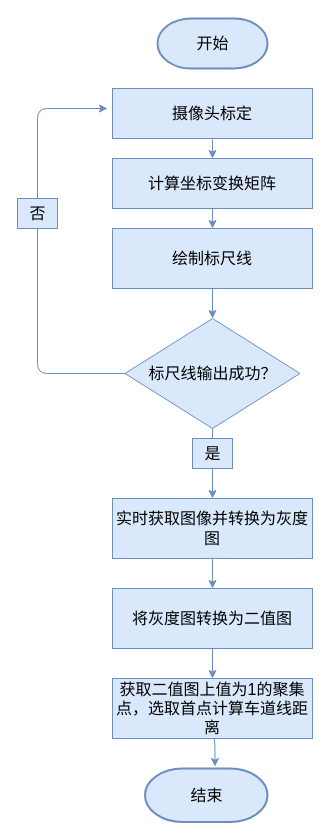
Earlier version of the draw.io diagram 未命名绘图.drawio (huanyu1991/Angular-Learn). Source tidied: cells renumbered, new cells numbered last; positions are measured from the earlier drawing's top-left corner, leaving out a move shared by most shapes. Both pictures are drawn from the tidied source at 100%, with x=0, y=0 at pixel (17, 18).
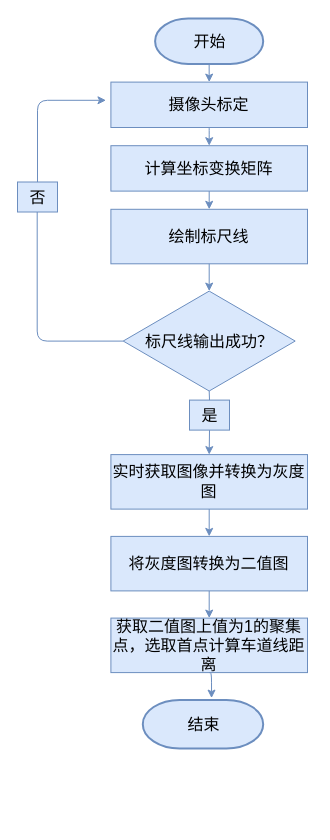
The same page after the edit.

Change to the diagram source:
```diff
@@
+    <mxCell id="23" style="group;" parent="1" vertex="1">
+      <mxGeometry width="290" height="730" as="geometry" />
+    </mxCell>
-    <mxCell id="2" value="&lt;font style=&quot;font-size: 16px;&quot;&gt;开始&lt;/font&gt;" style="shape=mxgraph.flowchart.terminator;strokeWidth=2;gradientDirection=north;fontStyle=0;html=1;fillColor=#dae8fc;strokeColor=#6c8ebf;" parent="1" vertex="1">
-      <mxGeometry x="140" width="110" height="50" as="geometry" />
+    <mxCell id="2" value="&lt;font style=&quot;font-size: 16px;&quot;&gt;开始&lt;/font&gt;" style="shape=mxgraph.flowchart.terminator;strokeWidth=2;gradientDirection=north;fontStyle=0;html=1;fillColor=#dae8fc;strokeColor=#6c8ebf;" parent="23" vertex="1">
+      <mxGeometry x="137.6" width="108.1" height="45.4" as="geometry" />
     </mxCell>
-    <mxCell id="3" value="摄像头标定" style="rounded=0;whiteSpace=wrap;html=1;fontSize=16;fillColor=#dae8fc;strokeColor=#6c8ebf;" parent="1" vertex="1">
-      <mxGeometry x="95" y="70" width="200" height="50" as="geometry" />
+    <mxCell id="3" value="摄像头标定" style="rounded=0;whiteSpace=wrap;html=1;fontSize=16;fillColor=#dae8fc;strokeColor=#6c8ebf;" parent="23" vertex="1">
+      <mxGeometry x="93.4" y="63.6" width="196.6" height="45.4" as="geometry" />
     </mxCell>
+    <mxCell id="24" style="edgeStyle=orthogonalEdgeStyle;jettySize=auto;html=1;exitX=0.5;exitY=1;exitDx=0;exitDy=0;exitPerimeter=0;entryX=0.5;entryY=0;entryDx=0;entryDy=0;strokeWidth=1;fontSize=16;fillColor=#dae8fc;strokeColor=#6c8ebf;" parent="23" edge="1" source="2" target="3">
+      <mxGeometry relative="1" as="geometry" />
+    </mxCell>
+    <mxCell id="5" value="计算坐标变换矩阵" style="rounded=0;whiteSpace=wrap;html=1;fontSize=16;fillColor=#dae8fc;strokeColor=#6c8ebf;" parent="23" vertex="1">
+      <mxGeometry x="93.4" y="127.2" width="196.6" height="45.4" as="geometry" />
+    </mxCell>
+    <mxCell id="7" value="绘制标尺线" style="rounded=0;whiteSpace=wrap;html=1;fontSize=16;fillColor=#dae8fc;strokeColor=#6c8ebf;" parent="23" vertex="1">
+      <mxGeometry x="93.4" y="190.8" width="196.6" height="54.5" as="geometry" />
+    </mxCell>
-    <mxCell id="4" style="edgeStyle=orthogonalEdgeStyle;jettySize=auto;html=1;exitX=0.5;exitY=1;exitDx=0;exitDy=0;entryX=0.5;entryY=0;entryDx=0;entryDy=0;strokeWidth=1;fontSize=16;fillColor=#dae8fc;strokeColor=#6c8ebf;" parent="1" edge="1" source="5" target="7">
+    <mxCell id="4" style="edgeStyle=orthogonalEdgeStyle;jettySize=auto;html=1;exitX=0.5;exitY=1;exitDx=0;exitDy=0;entryX=0.5;entryY=0;entryDx=0;entryDy=0;strokeWidth=1;fontSize=16;fillColor=#dae8fc;strokeColor=#6c8ebf;" parent="23" edge="1" source="5" target="7">
       <mxGeometry relative="1" as="geometry" />
     </mxCell>
-    <mxCell id="5" value="计算坐标变换矩阵" style="rounded=0;whiteSpace=wrap;html=1;fontSize=16;fillColor=#dae8fc;strokeColor=#6c8ebf;" parent="1" vertex="1">
-      <mxGeometry x="95" y="140" width="200" height="50" as="geometry" />
-    </mxCell>
-    <mxCell id="6" style="edgeStyle=orthogonalEdgeStyle;jettySize=auto;html=1;exitX=0.5;exitY=1;exitDx=0;exitDy=0;entryX=0.5;entryY=0;entryDx=0;entryDy=0;strokeWidth=1;fontSize=16;fillColor=#dae8fc;strokeColor=#6c8ebf;" parent="1" edge="1" source="7" target="17">
-      <mxGeometry relative="1" as="geometry" />
-    </mxCell>
-    <mxCell id="7" value="绘制标尺线" style="rounded=0;whiteSpace=wrap;html=1;fontSize=16;fillColor=#dae8fc;strokeColor=#6c8ebf;" parent="1" vertex="1">
-      <mxGeometry x="95" y="210" width="200" height="60" as="geometry" />
-    </mxCell>
+    <mxCell id="9" value="实时获取图像并转换为灰度图" style="rounded=0;whiteSpace=wrap;html=1;fontSize=16;fillColor=#dae8fc;strokeColor=#6c8ebf;" parent="23" vertex="1">
+      <mxGeometry x="93.4" y="436.1" width="196.6" height="54.5" as="geometry" />
+    </mxCell>
+    <mxCell id="11" value="将灰度图转换为二值图" style="rounded=0;whiteSpace=wrap;html=1;fontSize=16;fillColor=#dae8fc;strokeColor=#6c8ebf;" parent="23" vertex="1">
+      <mxGeometry x="93.4" y="517.9" width="196.6" height="54.5" as="geometry" />
+    </mxCell>
-    <mxCell id="8" style="edgeStyle=orthogonalEdgeStyle;jettySize=auto;html=1;exitX=0.5;exitY=1;exitDx=0;exitDy=0;entryX=0.5;entryY=0;entryDx=0;entryDy=0;strokeWidth=1;fontSize=16;fillColor=#dae8fc;strokeColor=#6c8ebf;" parent="1" edge="1" source="9" target="11">
+    <mxCell id="8" style="edgeStyle=orthogonalEdgeStyle;jettySize=auto;html=1;exitX=0.5;exitY=1;exitDx=0;exitDy=0;entryX=0.5;entryY=0;entryDx=0;entryDy=0;strokeWidth=1;fontSize=16;fillColor=#dae8fc;strokeColor=#6c8ebf;" parent="23" edge="1" source="9" target="11">
       <mxGeometry relative="1" as="geometry" />
     </mxCell>
-    <mxCell id="9" value="实时获取图像并转换为灰度图" style="rounded=0;whiteSpace=wrap;html=1;fontSize=16;fillColor=#dae8fc;strokeColor=#6c8ebf;" parent="1" vertex="1">
-      <mxGeometry x="95" y="480" width="200" height="60" as="geometry" />
-    </mxCell>
+    <mxCell id="13" value="获取二值图上值为1的聚集点，选取首点计算车道线距离" style="rounded=0;whiteSpace=wrap;html=1;fontSize=16;fillColor=#dae8fc;strokeColor=#6c8ebf;" parent="23" vertex="1">
+      <mxGeometry x="93.4" y="599.6" width="196.6" height="54.5" as="geometry" />
+    </mxCell>
-    <mxCell id="10" style="edgeStyle=orthogonalEdgeStyle;jettySize=auto;html=1;exitX=0.5;exitY=1;exitDx=0;exitDy=0;entryX=0.5;entryY=0;entryDx=0;entryDy=0;strokeWidth=1;fontSize=16;fillColor=#dae8fc;strokeColor=#6c8ebf;" parent="1" edge="1" source="11" target="13">
+    <mxCell id="10" style="edgeStyle=orthogonalEdgeStyle;jettySize=auto;html=1;exitX=0.5;exitY=1;exitDx=0;exitDy=0;entryX=0.5;entryY=0;entryDx=0;entryDy=0;strokeWidth=1;fontSize=16;fillColor=#dae8fc;strokeColor=#6c8ebf;" parent="23" edge="1" source="11" target="13">
       <mxGeometry relative="1" as="geometry" />
     </mxCell>
-    <mxCell id="11" value="将灰度图转换为二值图" style="rounded=0;whiteSpace=wrap;html=1;fontSize=16;fillColor=#dae8fc;strokeColor=#6c8ebf;" parent="1" vertex="1">
-      <mxGeometry x="95" y="570" width="200" height="60" as="geometry" />
-    </mxCell>
+    <mxCell id="14" value="&lt;font style=&quot;font-size: 16px;&quot;&gt;结束&lt;/font&gt;" style="shape=mxgraph.flowchart.terminator;strokeWidth=2;gradientDirection=north;fontStyle=0;html=1;fillColor=#dae8fc;strokeColor=#6c8ebf;" parent="23" vertex="1">
+      <mxGeometry x="125.3" y="681.4" width="120.4" height="48.6" as="geometry" />
+    </mxCell>
-    <mxCell id="12" style="edgeStyle=orthogonalEdgeStyle;jettySize=auto;html=1;exitX=0.5;exitY=1;exitDx=0;exitDy=0;entryX=0.571;entryY=-0.037;entryDx=0;entryDy=0;entryPerimeter=0;strokeWidth=1;fontSize=16;fillColor=#dae8fc;strokeColor=#6c8ebf;" parent="1" edge="1" source="13" target="14">
+    <mxCell id="12" style="edgeStyle=orthogonalEdgeStyle;jettySize=auto;html=1;exitX=0.5;exitY=1;exitDx=0;exitDy=0;entryX=0.571;entryY=-0.037;entryDx=0;entryDy=0;entryPerimeter=0;strokeWidth=1;fontSize=16;fillColor=#dae8fc;strokeColor=#6c8ebf;" parent="23" edge="1" source="13" target="14">
       <mxGeometry relative="1" as="geometry" />
     </mxCell>
-    <mxCell id="13" value="获取二值图上值为1的聚集点，选取首点计算车道线距离" style="rounded=0;whiteSpace=wrap;html=1;fontSize=16;fillColor=#dae8fc;strokeColor=#6c8ebf;" parent="1" vertex="1">
-      <mxGeometry x="95" y="660" width="200" height="60" as="geometry" />
-    </mxCell>
-    <mxCell id="14" value="&lt;font style=&quot;font-size: 16px;&quot;&gt;结束&lt;/font&gt;" style="shape=mxgraph.flowchart.terminator;strokeWidth=2;gradientDirection=north;fontStyle=0;html=1;fillColor=#dae8fc;strokeColor=#6c8ebf;" parent="1" vertex="1">
-      <mxGeometry x="127.5" y="750" width="122.5" height="53.5" as="geometry" />
-    </mxCell>
-    <mxCell id="15" style="edgeStyle=orthogonalEdgeStyle;jettySize=auto;html=1;fontSize=16;fontStyle=1;strokeWidth=1;startArrow=none;fillColor=#dae8fc;strokeColor=#6c8ebf;" parent="1" edge="1" source="19">
+    <mxCell id="15" style="edgeStyle=orthogonalEdgeStyle;jettySize=auto;html=1;fontSize=16;fontStyle=1;strokeWidth=1;startArrow=none;fillColor=#dae8fc;strokeColor=#6c8ebf;" parent="23" edge="1" source="19">
       <mxGeometry relative="1" as="geometry">
-        <mxPoint x="90" y="90" as="targetPoint" />
+        <mxPoint x="88.5" y="81.8" as="targetPoint" />
         <Array as="points">
-          <mxPoint x="20" y="90" />
+          <mxPoint x="19.7" y="81.8" />
         </Array>
       </mxGeometry>
     </mxCell>
-    <mxCell id="16" style="edgeStyle=orthogonalEdgeStyle;jettySize=auto;html=1;exitX=0.5;exitY=1;exitDx=0;exitDy=0;entryX=0.5;entryY=0;entryDx=0;entryDy=0;strokeWidth=1;fontSize=16;startArrow=none;fillColor=#dae8fc;strokeColor=#6c8ebf;" parent="1" edge="1" source="21" target="9">
+    <mxCell id="16" style="edgeStyle=orthogonalEdgeStyle;jettySize=auto;html=1;exitX=0.5;exitY=1;exitDx=0;exitDy=0;entryX=0.5;entryY=0;entryDx=0;entryDy=0;strokeWidth=1;fontSize=16;startArrow=none;fillColor=#dae8fc;strokeColor=#6c8ebf;" parent="23" edge="1" source="21" target="9">
       <mxGeometry relative="1" as="geometry" />
     </mxCell>
-    <mxCell id="17" value="标尺线输出成功？" style="rhombus;whiteSpace=wrap;html=1;fontSize=16;fillColor=#dae8fc;strokeColor=#6c8ebf;" parent="1" vertex="1">
-      <mxGeometry x="107.5" y="300" width="175" height="110" as="geometry" />
+    <mxCell id="17" value="标尺线输出成功？" style="rhombus;whiteSpace=wrap;html=1;fontSize=16;fillColor=#dae8fc;strokeColor=#6c8ebf;" parent="23" vertex="1">
+      <mxGeometry x="105.7" y="272.6" width="172" height="99.9" as="geometry" />
     </mxCell>
+    <mxCell id="6" style="edgeStyle=orthogonalEdgeStyle;jettySize=auto;html=1;exitX=0.5;exitY=1;exitDx=0;exitDy=0;entryX=0.5;entryY=0;entryDx=0;entryDy=0;strokeWidth=1;fontSize=16;fillColor=#dae8fc;strokeColor=#6c8ebf;" parent="23" edge="1" source="7" target="17">
+      <mxGeometry relative="1" as="geometry" />
+    </mxCell>
-    <mxCell id="18" style="endArrow=classic;html=1;fontSize=16;curved=1;exitX=0.5;exitY=1;exitDx=0;exitDy=0;fillColor=#dae8fc;strokeColor=#6c8ebf;" parent="1" edge="1" source="3" target="5">
+    <mxCell id="18" style="endArrow=classic;html=1;fontSize=16;curved=1;exitX=0.5;exitY=1;exitDx=0;exitDy=0;fillColor=#dae8fc;strokeColor=#6c8ebf;" parent="23" edge="1" source="3" target="5">
       <mxGeometry relative="1" as="geometry" />
     </mxCell>
-    <mxCell id="19" value="否" style="text;html=1;align=center;verticalAlign=middle;points=[];fillColor=#dae8fc;strokeColor=#6c8ebf;rounded=0;fontSize=16;" parent="1" vertex="1">
-      <mxGeometry y="180" width="40" height="30" as="geometry" />
+    <mxCell id="19" value="否" style="text;html=1;align=center;verticalAlign=middle;points=[];fillColor=#dae8fc;strokeColor=#6c8ebf;rounded=0;fontSize=16;" parent="23" vertex="1">
+      <mxGeometry y="163.5" width="40" height="30" as="geometry" />
     </mxCell>
-    <mxCell id="20" style="edgeStyle=orthogonalEdgeStyle;jettySize=auto;html=1;fontSize=16;fontStyle=1;strokeWidth=1;endArrow=none;fillColor=#dae8fc;strokeColor=#6c8ebf;" parent="1" edge="1" source="17" target="19">
+    <mxCell id="20" style="edgeStyle=orthogonalEdgeStyle;jettySize=auto;html=1;fontSize=16;fontStyle=1;strokeWidth=1;endArrow=none;fillColor=#dae8fc;strokeColor=#6c8ebf;" parent="23" edge="1" source="17" target="19">
       <mxGeometry relative="1" as="geometry">
         <Array as="points">
-          <mxPoint x="20" y="355" />
+          <mxPoint x="19.7" y="322.5" />
         </Array>
       </mxGeometry>
     </mxCell>
-    <mxCell id="21" value="是" style="text;html=1;align=center;verticalAlign=middle;points=[];fillColor=#dae8fc;strokeColor=#6c8ebf;rounded=0;fontSize=16;" parent="1" vertex="1">
-      <mxGeometry x="175" y="420" width="40" height="30" as="geometry" />
+    <mxCell id="21" value="是" style="text;html=1;align=center;verticalAlign=middle;points=[];fillColor=#dae8fc;strokeColor=#6c8ebf;rounded=0;fontSize=16;" parent="23" vertex="1">
+      <mxGeometry x="172" y="381.6" width="40" height="30" as="geometry" />
     </mxCell>
-    <mxCell id="22" style="edgeStyle=orthogonalEdgeStyle;jettySize=auto;html=1;exitX=0.5;exitY=1;exitDx=0;exitDy=0;entryX=0.5;entryY=0;entryDx=0;entryDy=0;strokeWidth=1;fontSize=16;endArrow=none;fillColor=#dae8fc;strokeColor=#6c8ebf;" parent="1" edge="1" source="17" target="21">
+    <mxCell id="22" style="edgeStyle=orthogonalEdgeStyle;jettySize=auto;html=1;exitX=0.5;exitY=1;exitDx=0;exitDy=0;entryX=0.5;entryY=0;entryDx=0;entryDy=0;strokeWidth=1;fontSize=16;endArrow=none;fillColor=#dae8fc;strokeColor=#6c8ebf;" parent="23" edge="1" source="17" target="21">
       <mxGeometry relative="1" as="geometry" />
     </mxCell>
```
